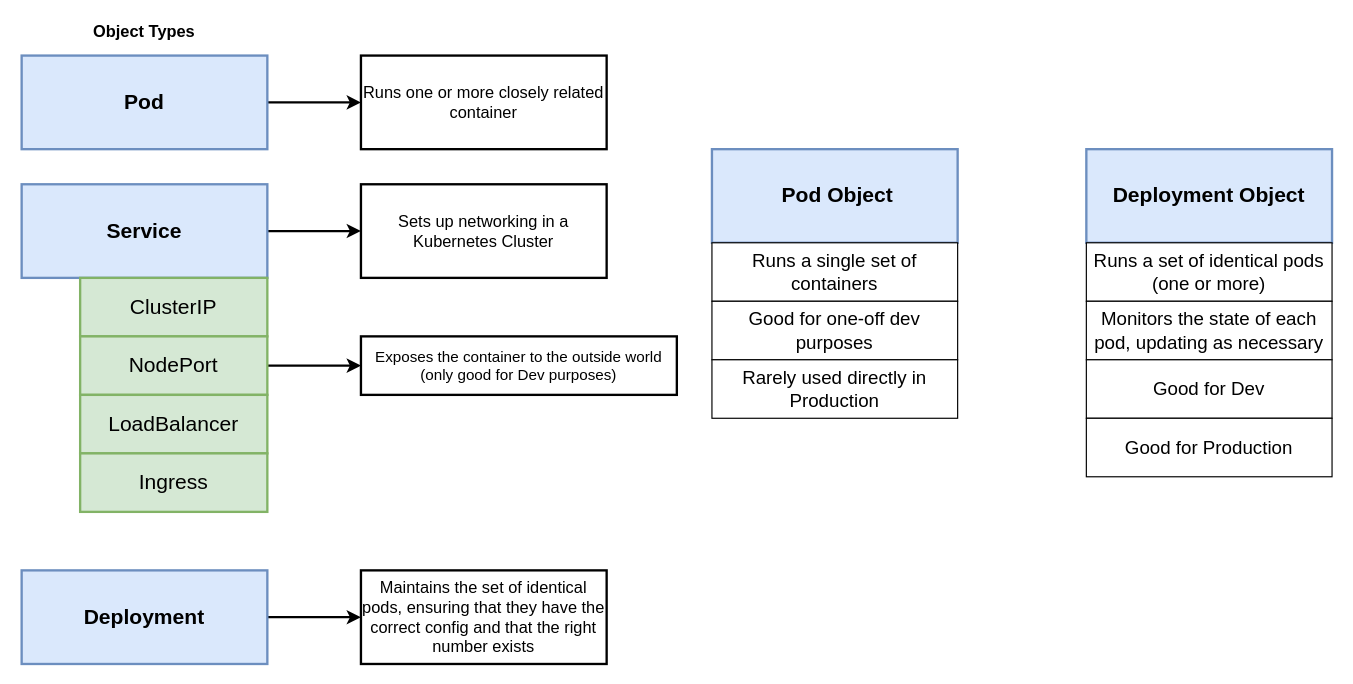
micheal08/mylearningdata keeps this draw.io diagram as page "Pods_Services" (6 of 10) of kubernetes/Kubernetes_Cluster.drawio. Above is the earlier version. Source tidied: cells renumbered, new cells numbered last; positions are measured from the earlier drawing's top-left corner, leaving out a move shared by most shapes. Both pictures are drawn from the tidied source at 117%, with x=0, y=0 at pixel (21, 20).
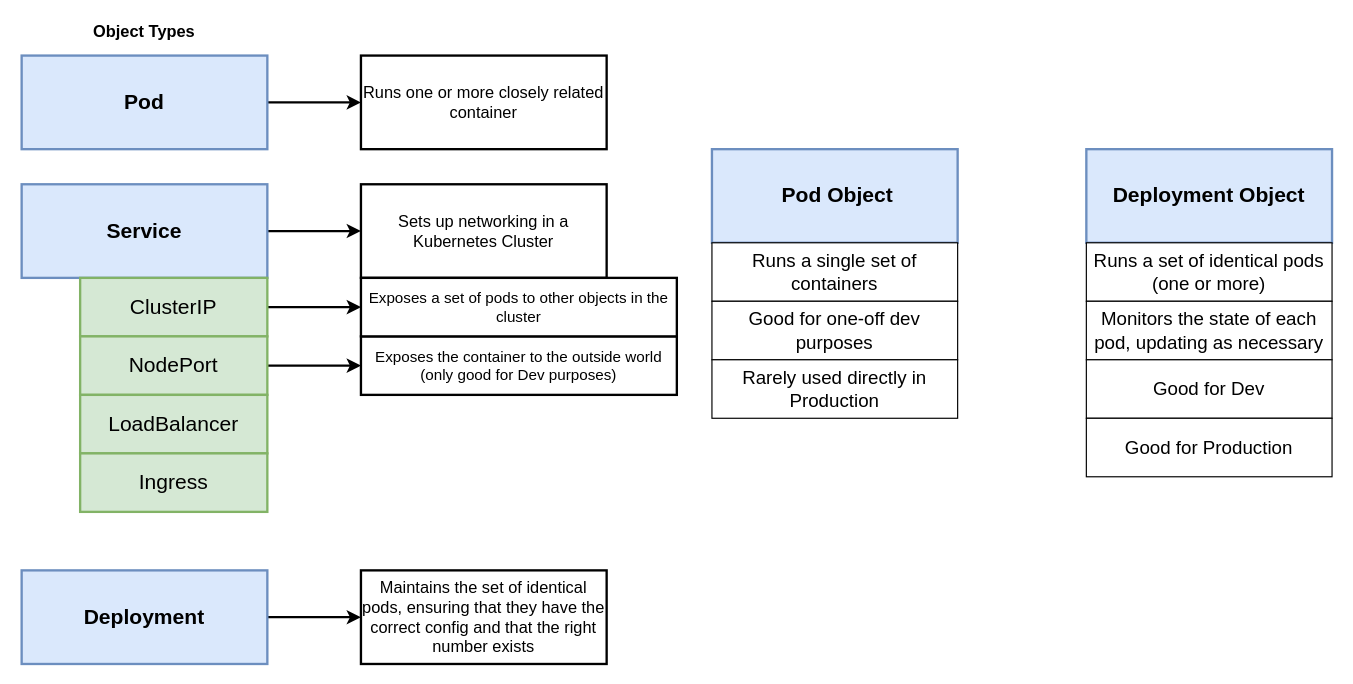
After the change.

Unchanged cells that the change refers to:
```xml
<mxCell id="9" value="ClusterIP" style="rounded=0;whiteSpace=wrap;html=1;strokeWidth=2;fontSize=18;align=center;fillColor=#d5e8d4;strokeColor=#82b366;" parent="1" vertex="1">
  <mxGeometry x="50" y="220" width="160" height="50" as="geometry" />
</mxCell>
```

Diff of the diagram source:
```diff
@@
+    <mxCell id="27" style="edgeStyle=orthogonalEdgeStyle;rounded=0;jettySize=auto;html=1;strokeWidth=2;fontSize=20;" parent="1" edge="1" source="9" target="28">
+      <mxGeometry relative="1" as="geometry" />
+    </mxCell>
@@
+    <mxCell id="28" value="Exposes a set of pods to other objects in the cluster" style="rounded=0;whiteSpace=wrap;html=1;strokeWidth=2;fontSize=13;align=center;" parent="1" vertex="1">
+      <mxGeometry x="290" y="220" width="270" height="50" as="geometry" />
+    </mxCell>
```
